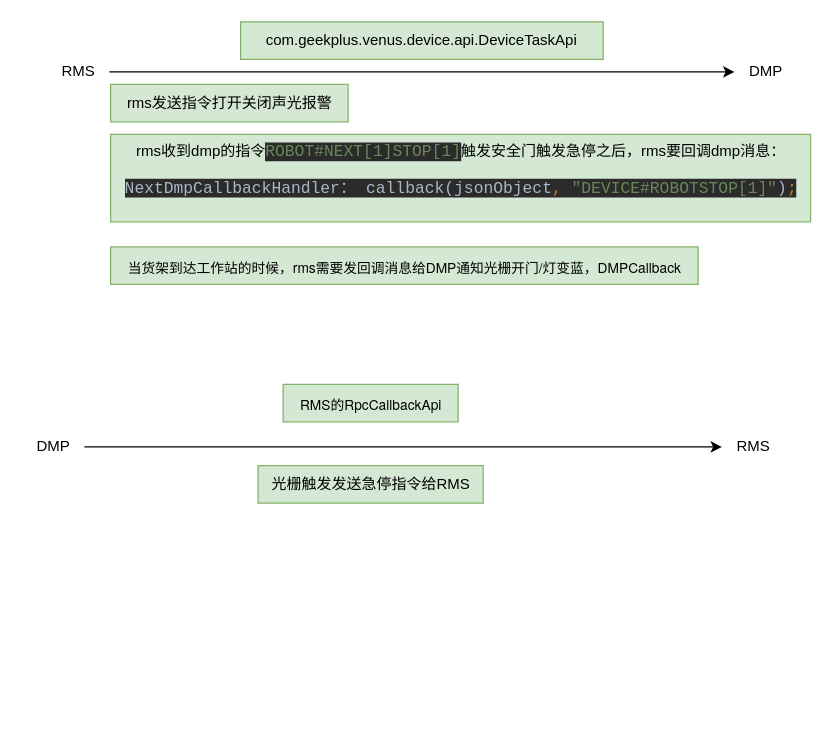
cong666/flow-chart keeps this draw.io diagram as RPC.drawio. Above is the earlier version. Source tidied: cells renumbered, new cells numbered last; positions are measured from the earlier drawing's top-left corner, leaving out a move shared by most shapes. Both pictures are drawn from the tidied source at 125%, with x=0, y=0 at pixel (21, 21).
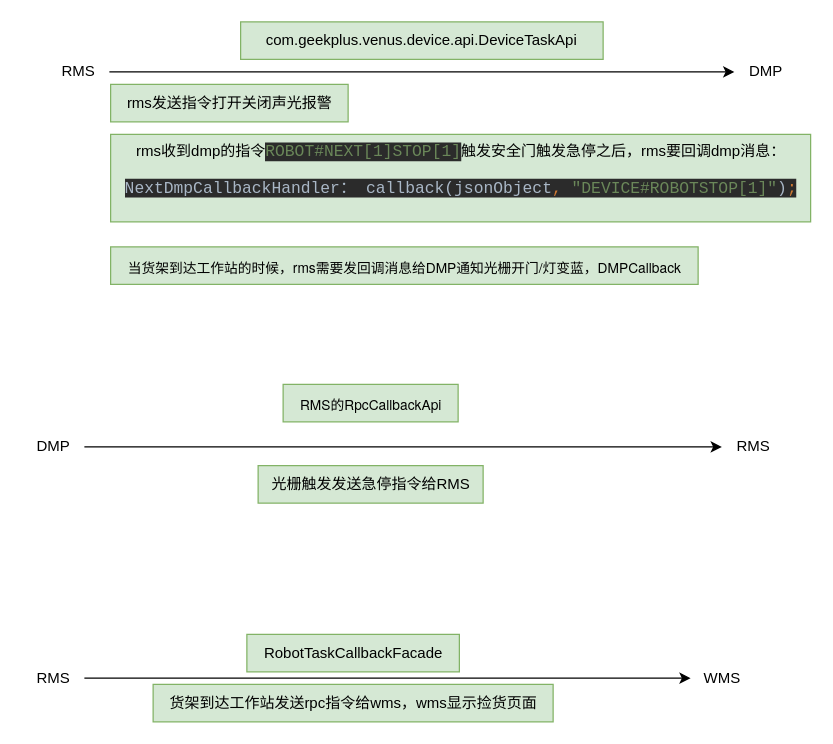
After the change.

The edit, as a diff of the source:
```diff
@@
 <mxGraphModel>
   <root>
     <mxCell id="0" />
     <mxCell id="1" parent="0" />
     <mxCell id="2" value="com.geekplus.venus.device.api.DeviceTaskApi" style="text;html=1;strokeColor=#82b366;fillColor=#d5e8d4;align=center;verticalAlign=middle;whiteSpace=wrap;rounded=0;" parent="1" vertex="1">
       <mxGeometry x="175" width="290" height="30" as="geometry" />
     </mxCell>
     <mxCell id="3" style="edgeStyle=orthogonalEdgeStyle;rounded=0;jettySize=auto;html=1;" parent="1" edge="1" source="4" target="5">
       <mxGeometry relative="1" as="geometry" />
     </mxCell>
     <mxCell id="4" value="RMS" style="text;html=1;align=center;verticalAlign=middle;points=[];strokeColor=none;fillColor=none;" parent="1" vertex="1">
       <mxGeometry x="20" y="25" width="50" height="30" as="geometry" />
     </mxCell>
     <mxCell id="5" value="DMP" style="text;html=1;align=center;verticalAlign=middle;points=[];strokeColor=none;fillColor=none;" parent="1" vertex="1">
       <mxGeometry x="570" y="25" width="50" height="30" as="geometry" />
     </mxCell>
     <mxCell id="6" value="rms发送指令打开关闭声光报警" style="text;html=1;align=center;verticalAlign=middle;strokeColor=#82b366;fillColor=#d5e8d4;" parent="1" vertex="1">
       <mxGeometry x="71" y="50" width="190" height="30" as="geometry" />
     </mxCell>
     <mxCell id="7" value="rms收到dmp的指令&lt;span style=&quot;color: rgb(106, 135, 89); font-family: &amp;quot;JetBrains Mono&amp;quot;, monospace; font-size: 9.8pt; text-align: start; background-color: rgb(43, 43, 43);&quot;&gt;ROBOT#NEXT[1]STOP[1]&lt;/span&gt;触发安全门触发急停之后，rms要回调dmp消息：&lt;br&gt;&lt;pre style=&quot;text-align: start; background-color: rgb(43, 43, 43); color: rgb(169, 183, 198); font-family: &amp;quot;JetBrains Mono&amp;quot;, monospace; font-size: 9.8pt;&quot;&gt;&lt;span style=&quot;font-size: 9.8pt;&quot;&gt;NextDmpCallbackHandler： &lt;/span&gt;callback(jsonObject&lt;span style=&quot;color: rgb(204, 120, 50);&quot;&gt;, &lt;/span&gt;&lt;span style=&quot;color: rgb(106, 135, 89);&quot;&gt;&quot;DEVICE#ROBOTSTOP[1]&quot;&lt;/span&gt;)&lt;span style=&quot;color: rgb(204, 120, 50);&quot;&gt;;&lt;/span&gt;&lt;/pre&gt;" style="text;html=1;align=center;verticalAlign=middle;strokeColor=#82b366;fillColor=#d5e8d4;" parent="1" vertex="1">
       <mxGeometry x="71" y="90" width="560" height="70" as="geometry" />
     </mxCell>
     <mxCell id="8" value="&lt;p style=&quot;margin: 0px; font-stretch: normal; font-size: 11px; line-height: normal; font-family: &amp;quot;PingFang SC&amp;quot;;&quot;&gt;当货架到达工作站的时候，&lt;span style=&quot;font-stretch: normal; line-height: normal; font-family: &amp;quot;Helvetica Neue&amp;quot;;&quot;&gt;rms&lt;/span&gt;需要发回调消息给&lt;span style=&quot;font-stretch: normal; line-height: normal; font-family: &amp;quot;Helvetica Neue&amp;quot;;&quot;&gt;DMP&lt;/span&gt;通知光栅开门&lt;span style=&quot;font-stretch: normal; line-height: normal; font-family: &amp;quot;Helvetica Neue&amp;quot;;&quot;&gt;/&lt;/span&gt;灯变蓝，&lt;span style=&quot;font-stretch: normal; line-height: normal; font-family: &amp;quot;Helvetica Neue&amp;quot;;&quot;&gt;DMPCallback&lt;/span&gt;&lt;/p&gt;" style="text;html=1;align=center;verticalAlign=middle;strokeColor=#82b366;fillColor=#d5e8d4;" parent="1" vertex="1">
       <mxGeometry x="71" y="180" width="470" height="30" as="geometry" />
     </mxCell>
     <mxCell id="9" value="&lt;p style=&quot;margin: 0px; font-stretch: normal; font-size: 11px; line-height: normal; font-family: &amp;quot;Helvetica Neue&amp;quot;;&quot;&gt;RMS的RpcCallbackApi&lt;/p&gt;" style="text;html=1;align=center;verticalAlign=middle;strokeColor=#82b366;fillColor=#d5e8d4;" parent="1" vertex="1">
       <mxGeometry x="209" y="290" width="140" height="30" as="geometry" />
     </mxCell>
     <mxCell id="10" style="edgeStyle=orthogonalEdgeStyle;rounded=0;jettySize=auto;html=1;" parent="1" edge="1" source="11" target="12">
       <mxGeometry relative="1" as="geometry" />
     </mxCell>
     <mxCell id="11" value="DMP" style="text;html=1;align=center;verticalAlign=middle;points=[];strokeColor=none;fillColor=none;" parent="1" vertex="1">
       <mxGeometry y="325" width="50" height="30" as="geometry" />
     </mxCell>
     <mxCell id="12" value="RMS" style="text;html=1;align=center;verticalAlign=middle;points=[];strokeColor=none;fillColor=none;" parent="1" vertex="1">
       <mxGeometry x="560" y="325" width="50" height="30" as="geometry" />
     </mxCell>
     <mxCell id="13" value="光栅触发发送急停指令给RMS" style="text;html=1;align=center;verticalAlign=middle;strokeColor=#82b366;fillColor=#d5e8d4;" parent="1" vertex="1">
       <mxGeometry x="189" y="355" width="180" height="30" as="geometry" />
     </mxCell>
+    <mxCell id="14" style="edgeStyle=orthogonalEdgeStyle;rounded=0;jettySize=auto;html=1;" parent="1" edge="1" source="15">
+      <mxGeometry relative="1" as="geometry">
+        <mxPoint x="535" y="525" as="targetPoint" />
+      </mxGeometry>
+    </mxCell>
+    <mxCell id="15" value="RMS" style="text;html=1;align=center;verticalAlign=middle;points=[];strokeColor=none;fillColor=none;" parent="1" vertex="1">
+      <mxGeometry y="510" width="50" height="30" as="geometry" />
+    </mxCell>
+    <mxCell id="16" value="WMS" style="text;html=1;align=center;verticalAlign=middle;strokeColor=none;fillColor=none;" parent="1" vertex="1">
+      <mxGeometry x="535" y="510" width="50" height="30" as="geometry" />
+    </mxCell>
+    <mxCell id="17" value="货架到达工作站发送rpc指令给wms，wms显示捡货页面" style="text;html=1;align=center;verticalAlign=middle;strokeColor=#82b366;fillColor=#d5e8d4;" parent="1" vertex="1">
+      <mxGeometry x="105" y="530" width="320" height="30" as="geometry" />
+    </mxCell>
+    <mxCell id="18" value="RobotTaskCallbackFacade" style="text;html=1;align=center;verticalAlign=middle;strokeColor=#82b366;fillColor=#d5e8d4;" parent="1" vertex="1">
+      <mxGeometry x="180" y="490" width="170" height="30" as="geometry" />
+    </mxCell>
   </root>
 </mxGraphModel>
```
